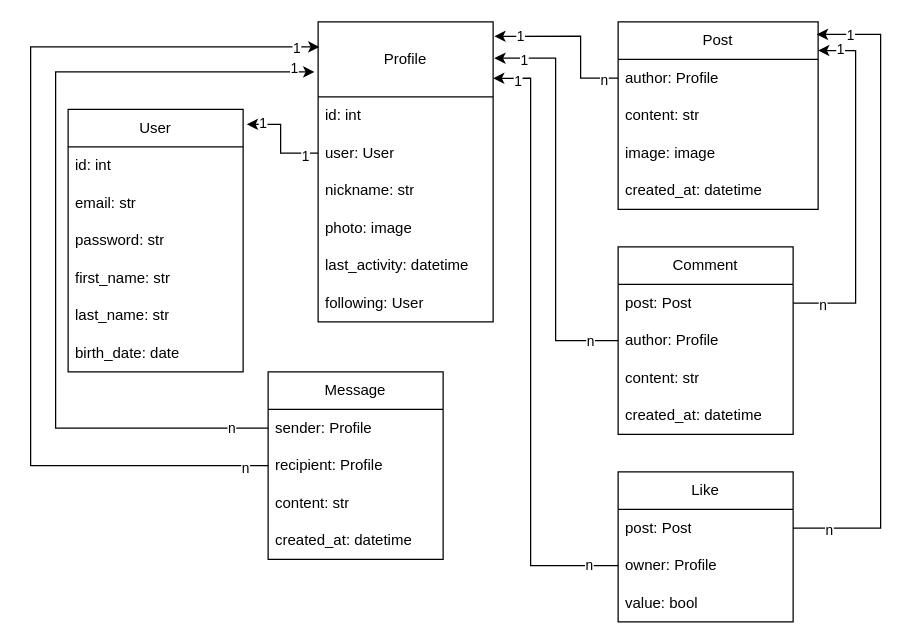
TetyanaPavlyuk/social-media-api keeps this draw.io diagram as diagram_social_media_api.drawio. Above is the earlier version. Source tidied: cells renumbered, new cells numbered last; positions are measured from the earlier drawing's top-left corner, leaving out a move shared by most shapes. Both pictures are drawn from the tidied source at 125%, with x=0, y=0 at pixel (30, 21).
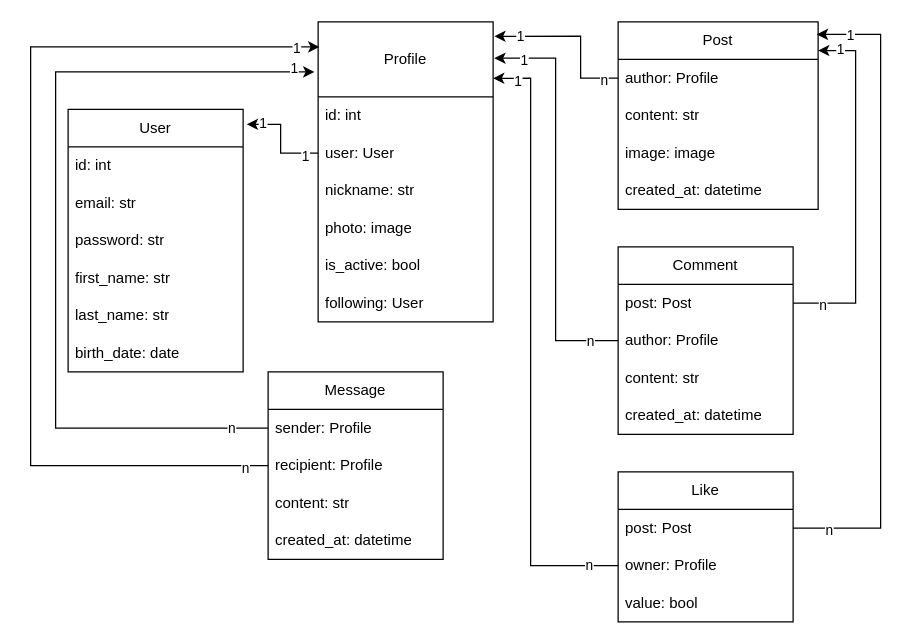
After the change.

Unchanged cells that the change refers to:
```xml
<mxCell id="18" value="Profile" style="swimlane;fontStyle=0;horizontal=1;startSize=60;whiteSpace=wrap;html=1;" parent="1" vertex="1">
  <mxGeometry x="230" width="140" height="240" as="geometry" />
</mxCell>
```

What changed in the source:
```diff
@@
-    <mxCell id="23" value="last_activity: datetime" style="text;strokeColor=none;fillColor=none;align=left;verticalAlign=middle;spacingLeft=4;spacingRight=4;overflow=hidden;whiteSpace=wrap;html=1;" parent="18" vertex="1">
+    <mxCell id="23" value="is_active: bool" style="text;strokeColor=none;fillColor=none;align=left;verticalAlign=middle;spacingLeft=4;spacingRight=4;overflow=hidden;whiteSpace=wrap;html=1;" parent="18" vertex="1">
       <mxGeometry y="180" width="140" height="30" as="geometry" />
     </mxCell>
```
